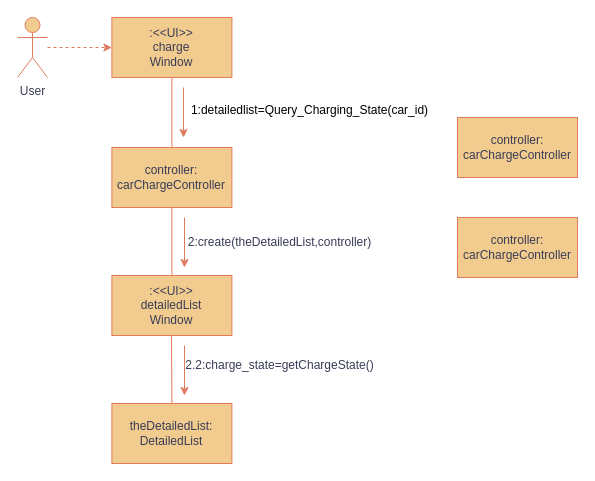
The draw.io diagram 2.1.6.drawio in uk-pk-mkk/OOD-UML, before the edit. Source tidied: cells renumbered, new cells numbered last; positions are measured from the earlier drawing's top-left corner, leaving out a move shared by most shapes. Both pictures are drawn from the tidied source at 100%, with x=0, y=0 at pixel (17, 17).
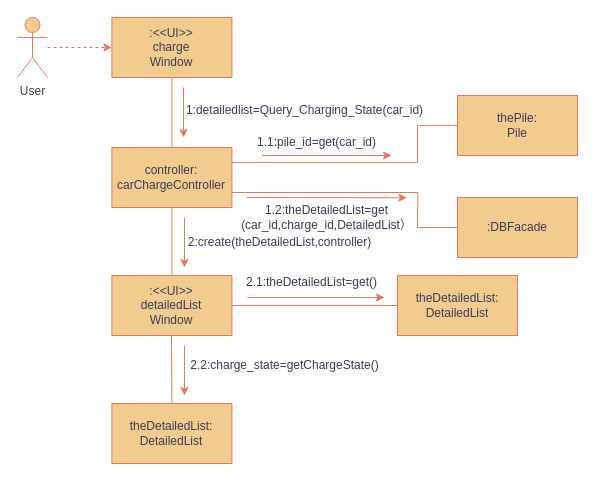
After the change.

The change refers to these unchanged cells:
```xml
<mxCell id="3" value="controller:&lt;br&gt;carChargeController" style="rounded=0;whiteSpace=wrap;html=1;labelBackgroundColor=none;fillColor=#F2CC8F;strokeColor=#E07A5F;fontColor=#393C56;" parent="1" vertex="1">
  <mxGeometry x="94.4" y="130" width="120" height="60" as="geometry" />
</mxCell>
<mxCell id="8" value=":&amp;lt;&amp;lt;UI&amp;gt;&amp;gt;&lt;div&gt;&lt;span style=&quot;text-wrap-mode: nowrap;&quot;&gt;detailedList&lt;/span&gt;&lt;/div&gt;&lt;div&gt;Window&lt;/div&gt;" style="rounded=0;whiteSpace=wrap;html=1;labelBackgroundColor=none;fillColor=#F2CC8F;strokeColor=#E07A5F;fontColor=#393C56;" parent="1" vertex="1">
  <mxGeometry x="94.4" y="258" width="120" height="60" as="geometry" />
</mxCell>
<mxCell id="12" value="&lt;span style=&quot;text-wrap-mode: nowrap;&quot;&gt;theDetailedList:&lt;/span&gt;&lt;div&gt;&lt;span style=&quot;text-wrap-mode: nowrap;&quot;&gt;DetailedList&lt;/span&gt;&lt;/div&gt;" style="rounded=0;whiteSpace=wrap;html=1;labelBackgroundColor=none;fillColor=#F2CC8F;strokeColor=#E07A5F;fontColor=#393C56;" parent="1" vertex="1">
  <mxGeometry x="94.4" y="386" width="120" height="60" as="geometry" />
</mxCell>
```

What changed in the source:
```diff
@@
-    <mxCell id="7" style="endArrow=classic;html=1;rounded=0;strokeColor=#E07A5F;fontColor=#393C56;fillColor=#F2CC8F;" parent="1" edge="1">
+    <mxCell id="7" style="endArrow=classic;html=1;rounded=0;strokeColor=#E07A5F;fontColor=default;fillColor=#F2CC8F;labelBackgroundColor=none;" parent="1" edge="1">
       <mxGeometry relative="1" as="geometry">
         <mxPoint x="166" y="70" as="sourcePoint" />
         <mxPoint x="166" y="120" as="targetPoint" />
       </mxGeometry>
     </mxCell>
@@
-    <mxCell id="9" value="2:create(theDetailedList,controller)" style="text;html=1;align=center;verticalAlign=middle;strokeColor=none;fillColor=none;fontColor=#393C56;" parent="1" vertex="1">
+    <mxCell id="9" value="2:create(theDetailedList,controller)" style="text;html=1;align=center;verticalAlign=middle;strokeColor=none;fillColor=none;fontColor=#393C56;labelBackgroundColor=none;" parent="1" vertex="1">
       <mxGeometry x="157" y="210" width="210" height="30" as="geometry" />
     </mxCell>
-    <mxCell id="10" style="endArrow=none;html=1;rounded=0;strokeColor=#E07A5F;fontColor=#393C56;fillColor=#F2CC8F;entryX=0.5;entryY=0;entryDx=0;entryDy=0;" parent="1" edge="1" source="3" target="8">
+    <mxCell id="10" style="endArrow=none;html=1;rounded=0;strokeColor=#E07A5F;fontColor=default;fillColor=#F2CC8F;entryX=0.5;entryY=0;entryDx=0;entryDy=0;labelBackgroundColor=none;" parent="1" edge="1" source="3" target="8">
       <mxGeometry relative="1" as="geometry" />
     </mxCell>
-    <mxCell id="11" style="endArrow=classic;html=1;rounded=0;strokeColor=#E07A5F;fontColor=#393C56;fillColor=#F2CC8F;" parent="1" edge="1">
+    <mxCell id="11" style="endArrow=classic;html=1;rounded=0;strokeColor=#E07A5F;fontColor=default;fillColor=#F2CC8F;labelBackgroundColor=none;" parent="1" edge="1">
       <mxGeometry relative="1" as="geometry">
         <mxPoint x="167" y="200" as="sourcePoint" />
         <mxPoint x="167" y="250" as="targetPoint" />
       </mxGeometry>
     </mxCell>
@@
-    <mxCell id="13" value="2.2:charge_state=getChargeState()" style="text;html=1;align=center;verticalAlign=middle;strokeColor=none;fillColor=none;fontColor=#393C56;" parent="1" vertex="1">
-      <mxGeometry x="157" y="333" width="210" height="30" as="geometry" />
+    <mxCell id="13" value="2.2:charge_state=getChargeState()" style="text;html=1;align=center;verticalAlign=middle;strokeColor=none;fillColor=none;fontColor=#393C56;labelBackgroundColor=none;" parent="1" vertex="1">
+      <mxGeometry x="162" y="333" width="210" height="30" as="geometry" />
     </mxCell>
-    <mxCell id="14" style="endArrow=none;html=1;rounded=0;strokeColor=#E07A5F;fontColor=#393C56;fillColor=#F2CC8F;entryX=0.5;entryY=0;entryDx=0;entryDy=0;" parent="1" edge="1" target="12">
+    <mxCell id="14" style="endArrow=none;html=1;rounded=0;strokeColor=#E07A5F;fontColor=default;fillColor=#F2CC8F;entryX=0.5;entryY=0;entryDx=0;entryDy=0;labelBackgroundColor=none;" parent="1" edge="1" target="12">
       <mxGeometry relative="1" as="geometry">
         <mxPoint x="154" y="318" as="sourcePoint" />
       </mxGeometry>
     </mxCell>
-    <mxCell id="15" style="endArrow=classic;html=1;rounded=0;strokeColor=#E07A5F;fontColor=#393C56;fillColor=#F2CC8F;" parent="1" edge="1">
+    <mxCell id="15" style="endArrow=classic;html=1;rounded=0;strokeColor=#E07A5F;fontColor=default;fillColor=#F2CC8F;labelBackgroundColor=none;" parent="1" edge="1">
       <mxGeometry relative="1" as="geometry">
         <mxPoint x="167" y="328" as="sourcePoint" />
         <mxPoint x="167" y="378" as="targetPoint" />
       </mxGeometry>
     </mxCell>
-    <mxCell id="16" value="1:detailedlist=Query_Charging_State(car_id)" style="text;html=1;align=center;verticalAlign=middle;strokeColor=none;fillColor=none;" parent="1" vertex="1">
-      <mxGeometry x="162" y="78" width="260" height="30" as="geometry" />
+    <mxCell id="16" value="1:detailedlist=Query_Charging_State(car_id)" style="text;html=1;align=center;verticalAlign=middle;strokeColor=none;fillColor=none;labelBackgroundColor=none;fontColor=#393C56;" parent="1" vertex="1">
+      <mxGeometry x="157" y="78" width="260" height="30" as="geometry" />
     </mxCell>
-    <mxCell id="17" value="controller:&lt;br&gt;carChargeController" style="rounded=0;whiteSpace=wrap;html=1;labelBackgroundColor=none;fillColor=#F2CC8F;strokeColor=#E07A5F;fontColor=#393C56;" parent="1" vertex="1">
-      <mxGeometry x="440" y="100" width="120" height="60" as="geometry" />
+    <mxCell id="17" value="thePile&lt;span style=&quot;background-color: transparent; color: light-dark(rgb(57, 60, 86), rgb(182, 184, 207));&quot;&gt;:&lt;/span&gt;&lt;div&gt;&lt;span style=&quot;background-color: transparent; color: light-dark(rgb(57, 60, 86), rgb(182, 184, 207));&quot;&gt;Pile&lt;/span&gt;&lt;/div&gt;" style="rounded=0;whiteSpace=wrap;html=1;labelBackgroundColor=none;fillColor=#F2CC8F;strokeColor=#E07A5F;fontColor=#393C56;" parent="1" vertex="1">
+      <mxGeometry x="440" y="78" width="120" height="60" as="geometry" />
     </mxCell>
-    <mxCell id="18" value="controller:&lt;br&gt;carChargeController" style="rounded=0;whiteSpace=wrap;html=1;labelBackgroundColor=none;fillColor=#F2CC8F;strokeColor=#E07A5F;fontColor=#393C56;" parent="1" vertex="1">
-      <mxGeometry x="440" y="200" width="120" height="60" as="geometry" />
+    <mxCell id="18" value="&lt;span style=&quot;text-wrap-mode: nowrap;&quot;&gt;theDetailedList:&lt;/span&gt;&lt;div&gt;&lt;span style=&quot;text-wrap-mode: nowrap;&quot;&gt;DetailedList&lt;/span&gt;&lt;/div&gt;" style="rounded=0;whiteSpace=wrap;html=1;labelBackgroundColor=none;fillColor=#F2CC8F;strokeColor=#E07A5F;fontColor=#393C56;" parent="1" vertex="1">
+      <mxGeometry x="380" y="258" width="120" height="60" as="geometry" />
     </mxCell>
+    <mxCell id="19" style="endArrow=none;html=1;rounded=0;entryX=0;entryY=0.5;entryDx=0;entryDy=0;labelBackgroundColor=none;strokeColor=#E07A5F;fontColor=default;" parent="1" edge="1" source="8" target="18">
+      <mxGeometry relative="1" as="geometry" />
+    </mxCell>
+    <mxCell id="20" value="2.1:theDetailedList=get()" style="text;html=1;align=center;verticalAlign=middle;strokeColor=none;fillColor=none;labelBackgroundColor=none;fontColor=#393C56;" parent="1" vertex="1">
+      <mxGeometry x="218.5" y="250" width="150" height="30" as="geometry" />
+    </mxCell>
+    <mxCell id="21" value=":DBFacade" style="rounded=0;whiteSpace=wrap;html=1;labelBackgroundColor=none;fillColor=#F2CC8F;strokeColor=#E07A5F;fontColor=#393C56;" parent="1" vertex="1">
+      <mxGeometry x="440" y="180" width="120" height="60" as="geometry" />
+    </mxCell>
+    <mxCell id="22" style="endArrow=classic;html=1;rounded=0;labelBackgroundColor=none;strokeColor=#E07A5F;fontColor=default;" parent="1" edge="1">
+      <mxGeometry relative="1" as="geometry">
+        <mxPoint x="230" y="280" as="sourcePoint" />
+        <mxPoint x="367" y="280" as="targetPoint" />
+      </mxGeometry>
+    </mxCell>
+    <mxCell id="23" style="endArrow=none;html=1;rounded=0;strokeColor=#E07A5F;fontColor=#393C56;fillColor=#F2CC8F;exitX=1;exitY=0.25;exitDx=0;exitDy=0;entryX=0;entryY=0.5;entryDx=0;entryDy=0;" parent="1" edge="1" source="3" target="17">
+      <mxGeometry relative="1" as="geometry">
+        <Array as="points">
+          <mxPoint x="400" y="145" />
+          <mxPoint x="400" y="108" />
+        </Array>
+      </mxGeometry>
+    </mxCell>
+    <mxCell id="24" style="endArrow=none;html=1;rounded=0;strokeColor=#E07A5F;fontColor=#393C56;fillColor=#F2CC8F;exitX=1;exitY=0.25;exitDx=0;exitDy=0;entryX=0;entryY=0.5;entryDx=0;entryDy=0;" parent="1" edge="1" target="21">
+      <mxGeometry relative="1" as="geometry">
+        <mxPoint x="214.4" y="175" as="sourcePoint" />
+        <Array as="points">
+          <mxPoint x="400.4" y="175" />
+          <mxPoint x="400" y="210" />
+        </Array>
+      </mxGeometry>
+    </mxCell>
+    <mxCell id="25" value="1.2:theDetailedList=get&lt;div&gt;(car_id,charge_id,DetailedList）&lt;/div&gt;" style="text;html=1;align=center;verticalAlign=middle;strokeColor=none;fillColor=none;fontColor=#393C56;" parent="1" vertex="1">
+      <mxGeometry x="214.4" y="180" width="190" height="40" as="geometry" />
+    </mxCell>
+    <mxCell id="26" style="endArrow=classic;html=1;rounded=0;labelBackgroundColor=none;strokeColor=#E07A5F;fontColor=default;" parent="1" edge="1">
+      <mxGeometry relative="1" as="geometry">
+        <mxPoint x="244.7" y="138" as="sourcePoint" />
+        <mxPoint x="374.1" y="138" as="targetPoint" />
+      </mxGeometry>
+    </mxCell>
+    <mxCell id="27" style="endArrow=classic;html=1;rounded=0;labelBackgroundColor=none;strokeColor=#E07A5F;fontColor=default;" parent="1" edge="1">
+      <mxGeometry relative="1" as="geometry">
+        <mxPoint x="229.4" y="180" as="sourcePoint" />
+        <mxPoint x="389.4" y="180.3" as="targetPoint" />
+      </mxGeometry>
+    </mxCell>
+    <mxCell id="28" value="1.1:pile_id=get(car_id)" style="text;html=1;align=center;verticalAlign=middle;strokeColor=none;fillColor=none;fontColor=#393C56;" parent="1" vertex="1">
+      <mxGeometry x="228.5" y="110" width="140" height="30" as="geometry" />
+    </mxCell>
```
